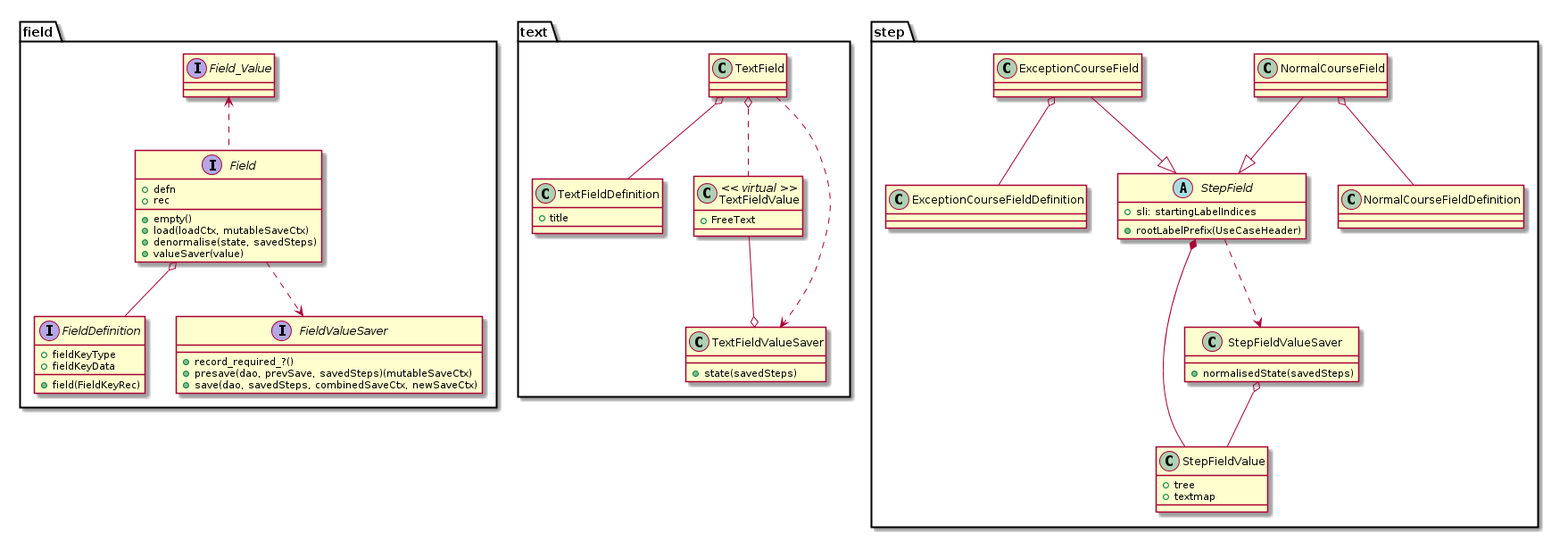
Above: Design/classes-fields.png in scala-steward/shipreq (PlantUML), before the change.
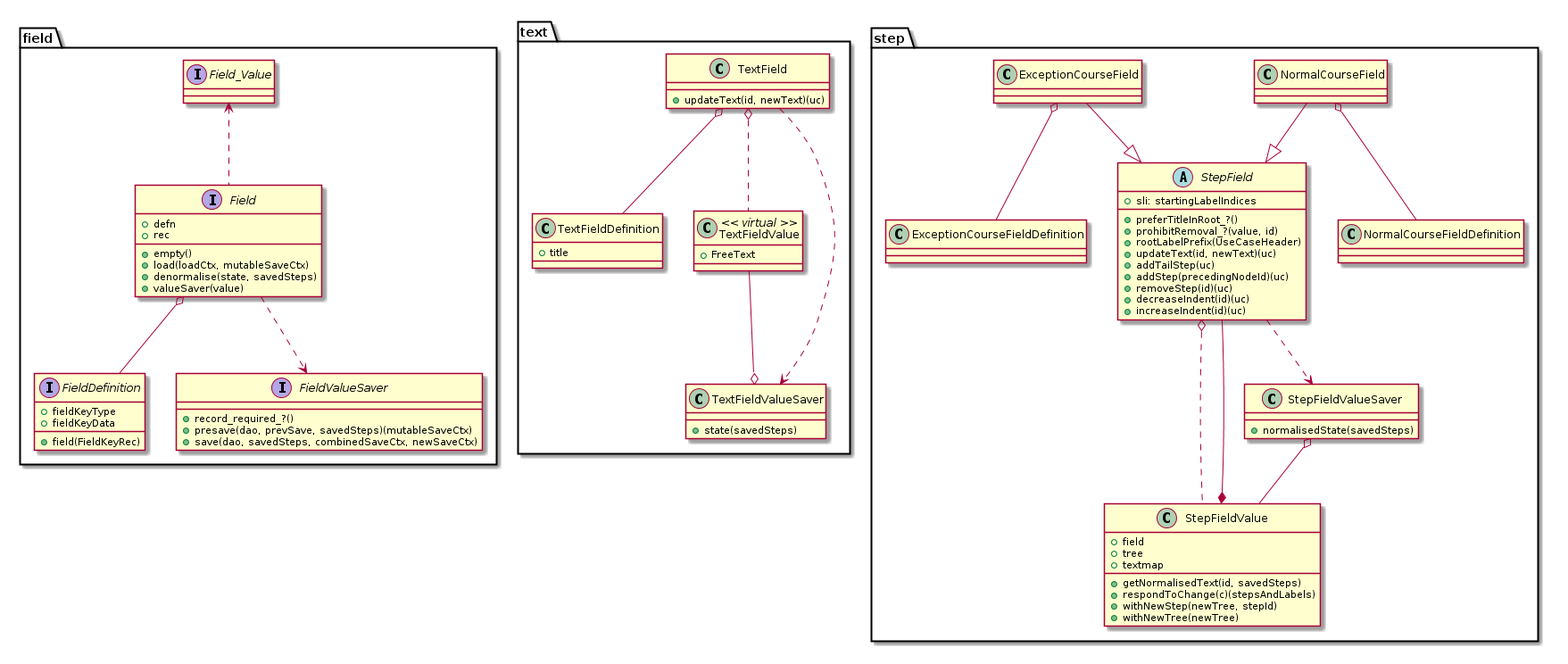
Later version of the same file.

The edit, as a diff of the source:
```diff
@@ -35,6 +35,9 @@
 	class TextFieldValue << virtual >> {
 		+FreeText
 	}
+	class TextField {
+		+updateText(id, newText)(uc)
+	}
 	TextField o-- TextFieldDefinition
 	TextField o.. TextFieldValue
 	TextField ..> TextFieldValueSaver
@@ -44,16 +47,30 @@
 package step {
 	abstract class StepField {
 		+sli: startingLabelIndices
+		+preferTitleInRoot_?()
+		+prohibitRemoval_?(value, id)
 		+rootLabelPrefix(UseCaseHeader)
+		+updateText(id, newText)(uc)
+		+addTailStep(uc)
+		+addStep(precedingNodeId)(uc)
+		+removeStep(id)(uc)
+		+decreaseIndent(id)(uc)
+		+increaseIndent(id)(uc)
 	}
 	class StepFieldValueSaver {
 		+normalisedState(savedSteps)
 	}
 	class StepFieldValue {
+		+field
 		+tree
 		+textmap
+		+getNormalisedText(id, savedSteps)
+		+respondToChange(c)(stepsAndLabels)
+		+withNewStep(newTree, stepId)
+		+withNewTree(newTree)
 	}
-	StepField *-- StepFieldValue
+	StepField o.. StepFieldValue
+	StepField --* StepFieldValue
 	StepField ..> StepFieldValueSaver
 	StepFieldValueSaver o-- StepFieldValue
 
```
